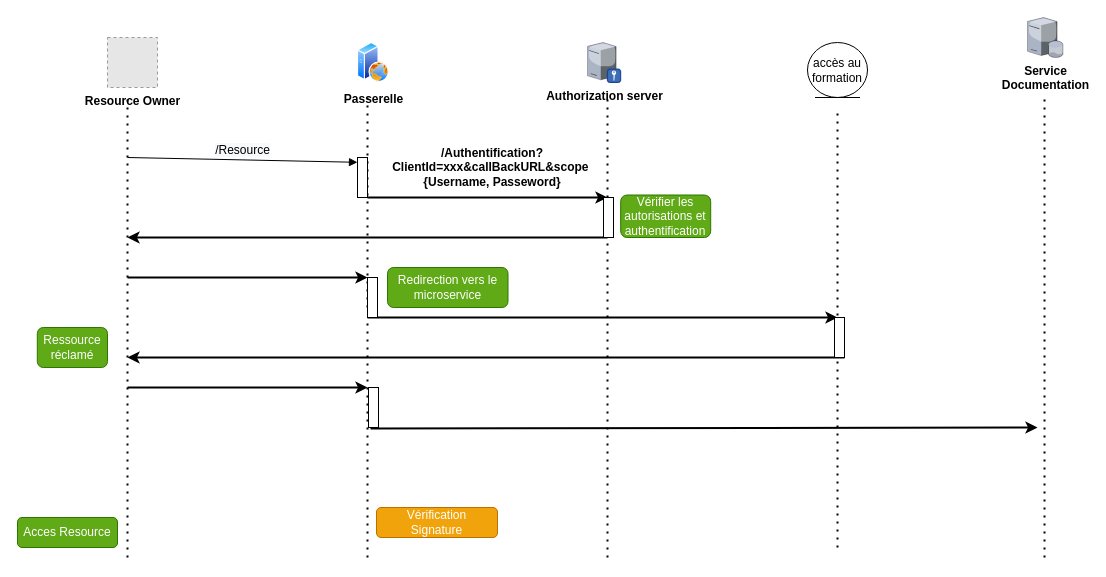
Before: page "Diagr_SequenceAstraRecherche" (8 of 10) of AstraComponentDiagr.drawio in Lamessolo/ProjetLeadTech, a draw.io diagram. Source tidied: cells renumbered, new cells numbered last; positions are measured from the earlier drawing's top-left corner, leaving out a move shared by most shapes. Both pictures are drawn from the tidied source at 100%, with x=0, y=0 at pixel (17, 17). Pictures stored in the file or linked from it are replaced by grey dashed boxes.
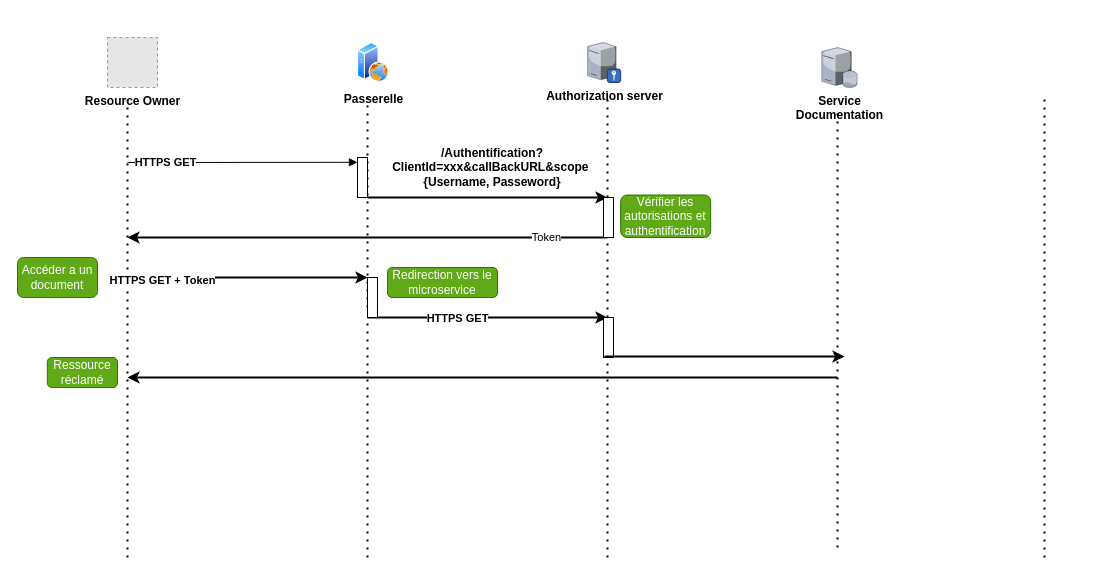
After the change.

The change refers to these unchanged cells:
```xml
<mxCell id="10" style="endArrow=classic;html=1;strokeWidth=2;" parent="1" edge="1">
  <mxGeometry relative="1" as="geometry">
    <mxPoint x="590" y="220" as="sourcePoint" />
    <mxPoint x="110" y="220" as="targetPoint" />
  </mxGeometry>
</mxCell>
<mxCell id="11" style="endArrow=classic;html=1;strokeWidth=2;" parent="1" edge="1">
  <mxGeometry relative="1" as="geometry">
    <mxPoint x="110" y="260" as="sourcePoint" />
    <mxPoint x="350" y="260" as="targetPoint" />
  </mxGeometry>
</mxCell>
<mxCell id="18" style="html=1;points=[];perimeter=orthogonalPerimeter;" parent="1" vertex="1">
  <mxGeometry x="340" y="140" width="10" height="40" as="geometry" />
</mxCell>
```

Diff of the diagram source:
```diff
@@
+    <mxCell id="34" value="Token" style="edgeLabel;html=1;align=center;verticalAlign=middle;" parent="10" vertex="1">
+      <mxGeometry x="-0.74" y="-1" relative="1" as="geometry" />
+    </mxCell>
@@
+    <mxCell id="35" value="&lt;b&gt;HTTPS GET + Token&lt;/b&gt;" style="edgeLabel;html=1;align=center;verticalAlign=middle;" parent="11" vertex="1">
+      <mxGeometry x="-0.72" y="-2" relative="1" as="geometry" />
+    </mxCell>
     <mxCell id="12" style="endArrow=classic;html=1;strokeWidth=2;" parent="1" edge="1">
       <mxGeometry relative="1" as="geometry">
         <mxPoint x="350" y="300" as="sourcePoint" />
-        <mxPoint x="820" y="300" as="targetPoint" />
+        <mxPoint x="590" y="300" as="targetPoint" />
         <Array as="points">
           <mxPoint x="490" y="300" />
         </Array>
       </mxGeometry>
     </mxCell>
+    <mxCell id="36" value="&lt;b&gt;HTTPS GET&lt;/b&gt;" style="edgeLabel;html=1;align=center;verticalAlign=middle;" parent="12" vertex="1">
+      <mxGeometry x="-0.26" relative="1" as="geometry" />
+    </mxCell>
@@
     <mxCell id="14" value="Redirection vers le microservice" style="rounded=1;whiteSpace=wrap;html=1;strokeColor=#2D7600;fillColor=#60a917;fontColor=#ffffff;" parent="1" vertex="1">
-      <mxGeometry x="370" y="250" width="120.5" height="40" as="geometry" />
+      <mxGeometry x="370" y="250" width="110" height="30" as="geometry" />
     </mxCell>
     <mxCell id="15" style="endArrow=classic;html=1;strokeWidth=2;" parent="1" edge="1">
       <mxGeometry relative="1" as="geometry">
-        <mxPoint x="827" y="340" as="sourcePoint" />
-        <mxPoint x="110" y="340" as="targetPoint" />
+        <mxPoint x="820" y="360" as="sourcePoint" />
+        <mxPoint x="110" y="360" as="targetPoint" />
       </mxGeometry>
     </mxCell>
-    <mxCell id="16" value="Vérification&lt;br&gt;Signature" style="rounded=1;whiteSpace=wrap;html=1;strokeColor=#BD7000;fillColor=#f0a30a;fontColor=#ffffff;" parent="1" vertex="1">
-      <mxGeometry x="359" y="490" width="121" height="30" as="geometry" />
-    </mxCell>
-    <mxCell id="17" value="Acces Resource" style="rounded=1;whiteSpace=wrap;html=1;strokeColor=#2D7600;fillColor=#60a917;fontColor=#ffffff;" parent="1" vertex="1">
-      <mxGeometry y="500" width="100" height="30" as="geometry" />
-    </mxCell>
@@
-    <mxCell id="19" value="&lt;span style=&quot;font-size: 12px ; background-color: rgb(248 , 249 , 250)&quot;&gt;/Resource&lt;/span&gt;" style="html=1;verticalAlign=bottom;endArrow=block;entryX=0;entryY=0.12;entryDx=0;entryDy=0;entryPerimeter=0;" parent="1" edge="1" target="18">
-      <mxGeometry relative="1" as="geometry">
-        <mxPoint x="110" y="140" as="sourcePoint" />
+    <mxCell id="19" style="html=1;verticalAlign=bottom;endArrow=block;entryX=0;entryY=0.12;entryDx=0;entryDy=0;entryPerimeter=0;" parent="1" edge="1" target="18">
+      <mxGeometry x="-0.05" y="12" relative="1" as="geometry">
+        <mxPoint x="110" y="145" as="sourcePoint" />
       </mxGeometry>
     </mxCell>
+    <mxCell id="37" value="&lt;b&gt;HTTPS GET&lt;/b&gt;" style="edgeLabel;html=1;align=center;verticalAlign=middle;" parent="19" vertex="1">
+      <mxGeometry x="-0.67" relative="1" as="geometry" />
+    </mxCell>
@@
-    <mxCell id="22" value="accès au formation" style="ellipse;shape=umlEntity;whiteSpace=wrap;html=1;" parent="1" vertex="1">
-      <mxGeometry x="790" y="25" width="60" height="55" as="geometry" />
-    </mxCell>
@@
     <mxCell id="27" value="&lt;b&gt;Service &lt;br&gt;Documentation&lt;/b&gt;" style="verticalLabelPosition=bottom;html=1;verticalAlign=top;strokeColor=none;align=center;shape=mxgraph.citrix.database_server;" parent="1" vertex="1">
-      <mxGeometry x="1010" width="35.5" height="40" as="geometry" />
+      <mxGeometry x="804.2" y="30" width="35.5" height="40" as="geometry" />
     </mxCell>
@@
-    <mxCell id="29" style="html=1;perimeter=orthogonalPerimeter;" parent="1" vertex="1">
-      <mxGeometry x="817" y="300" width="10" height="40" as="geometry" />
-    </mxCell>
     <mxCell id="30" value="Ressource réclamé" style="rounded=1;whiteSpace=wrap;html=1;strokeColor=#2D7600;fillColor=#60a917;fontColor=#ffffff;" parent="1" vertex="1">
-      <mxGeometry x="19.8" y="310" width="70.2" height="40" as="geometry" />
+      <mxGeometry x="29.8" y="340" width="70.2" height="30" as="geometry" />
     </mxCell>
-    <mxCell id="31" style="endArrow=classic;html=1;strokeWidth=2;" parent="1" edge="1">
-      <mxGeometry relative="1" as="geometry">
-        <mxPoint x="110" y="370" as="sourcePoint" />
-        <mxPoint x="350" y="370" as="targetPoint" />
-      </mxGeometry>
-    </mxCell>
-    <mxCell id="32" style="html=1;points=[];perimeter=orthogonalPerimeter;" parent="1" vertex="1">
-      <mxGeometry x="351" y="370" width="10" height="40" as="geometry" />
-    </mxCell>
-    <mxCell id="33" style="endArrow=classic;html=1;strokeWidth=2;exitX=0.2;exitY=1.025;exitDx=0;exitDy=0;exitPerimeter=0;" parent="1" edge="1" source="32">
-      <mxGeometry relative="1" as="geometry">
-        <mxPoint x="1020" y="410" as="targetPoint" />
-      </mxGeometry>
-    </mxCell>
+    <mxCell id="38" value="Accéder a un document" style="rounded=1;whiteSpace=wrap;html=1;strokeColor=#2D7600;fillColor=#60a917;fontColor=#ffffff;" parent="1" vertex="1">
+      <mxGeometry y="240" width="80" height="40" as="geometry" />
+    </mxCell>
+    <mxCell id="39" style="html=1;perimeter=orthogonalPerimeter;" parent="1" vertex="1">
+      <mxGeometry x="586" y="300" width="10" height="40" as="geometry" />
+    </mxCell>
+    <mxCell id="40" style="endArrow=classic;html=1;strokeWidth=2;" parent="1" edge="1">
+      <mxGeometry relative="1" as="geometry">
+        <mxPoint x="587" y="339" as="sourcePoint" />
+        <mxPoint x="827" y="339" as="targetPoint" />
+        <Array as="points">
+          <mxPoint x="727" y="339" />
+        </Array>
+      </mxGeometry>
+    </mxCell>
```
